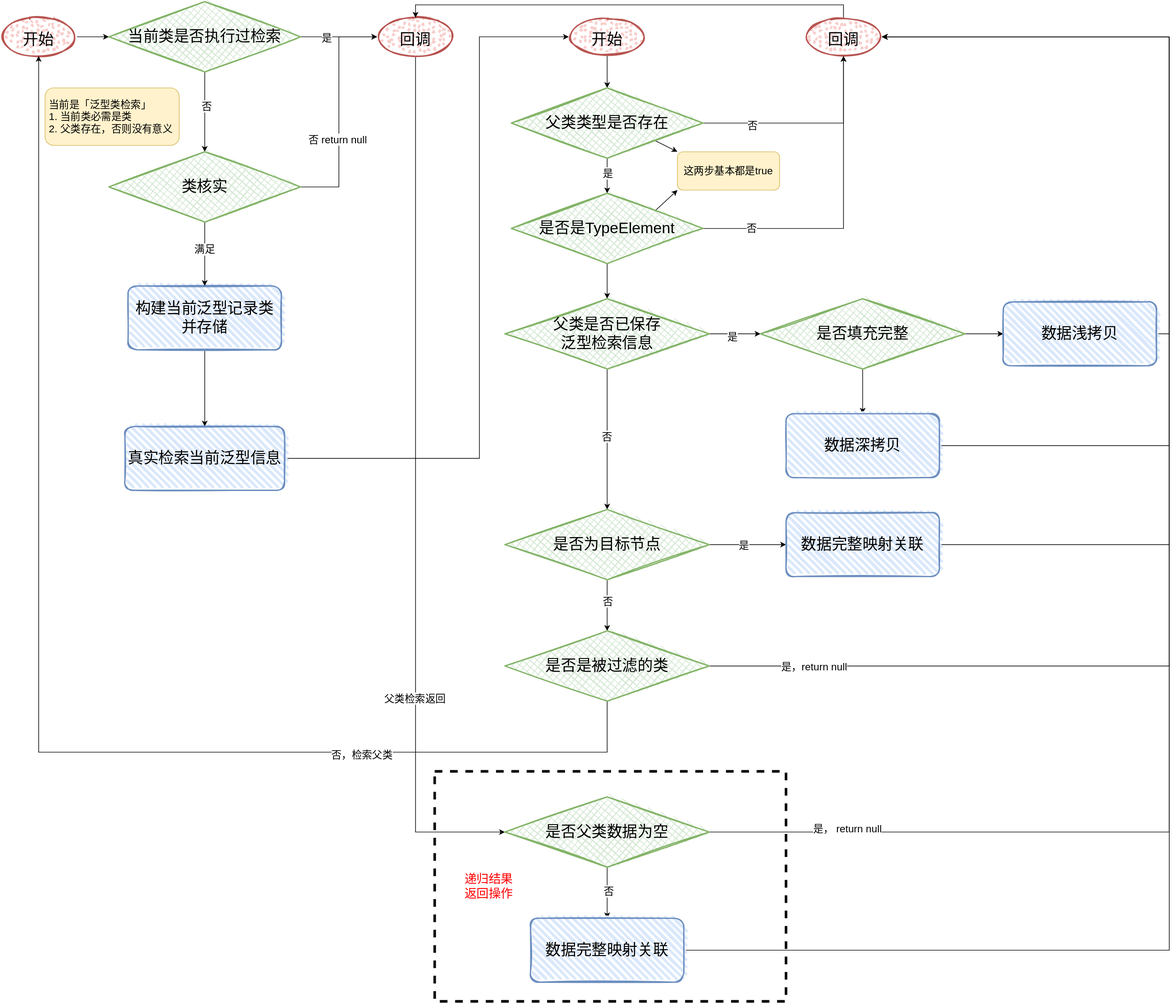
This is resource/ClassGenericsRetrieval.svg from Sheedon/CompilationTool, a draw.io export, as it was before one commit. Source tidied: cells renumbered, new cells last; positions are measured from the earlier drawing's top-left corner, leaving out a move shared by most shapes.
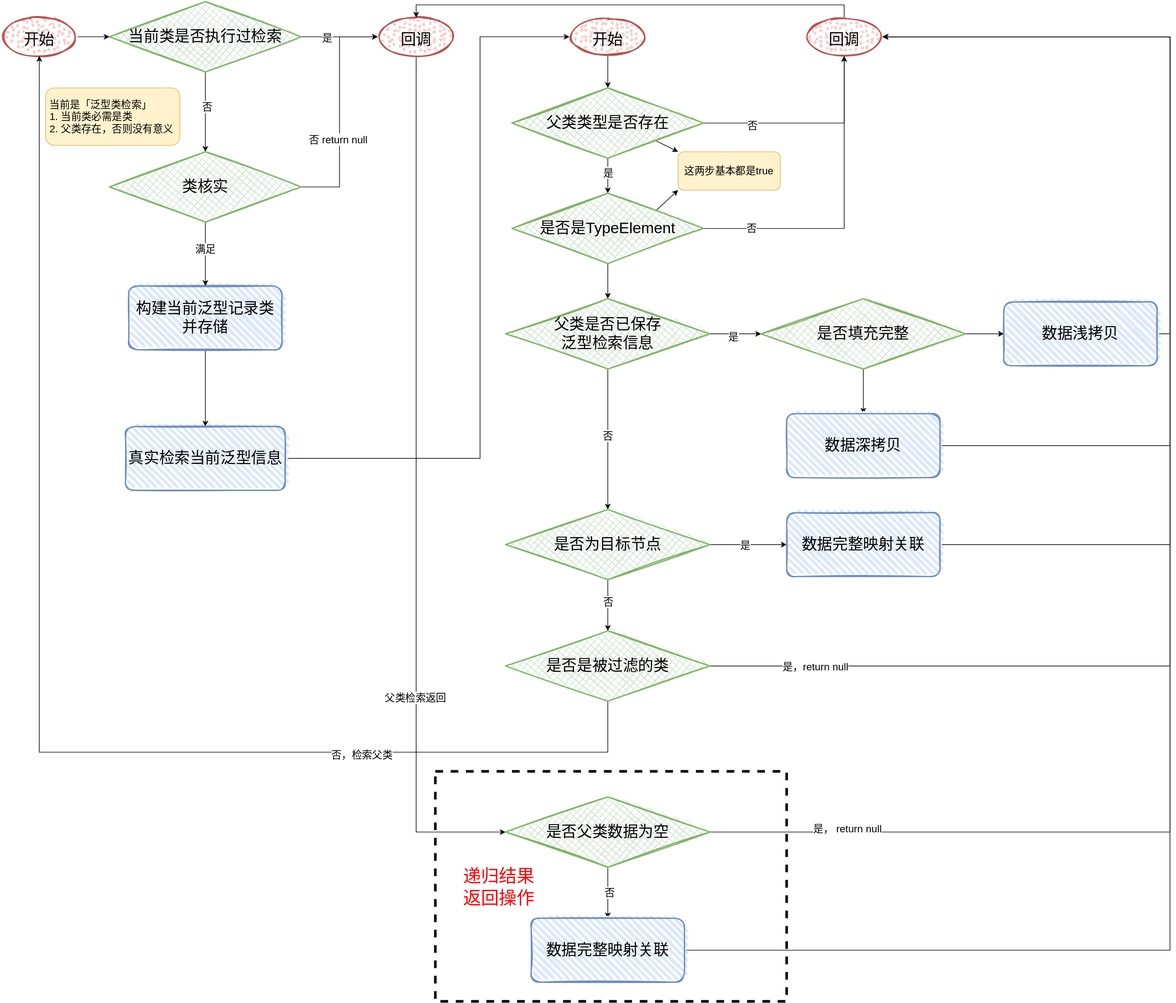
After the commit.

What changed in the source:
```diff
@@ -263,8 +263,8 @@
     <mxCell id="69" value="数据完整映射关联" style="rounded=1;whiteSpace=wrap;html=1;strokeWidth=2;fillWeight=4;hachureGap=8;hachureAngle=45;fillColor=#dae8fc;sketch=1;fontSize=24;strokeColor=#6c8ebf;" parent="1" vertex="1">
       <mxGeometry x="830" y="1435" width="240" height="100" as="geometry" />
     </mxCell>
-    <mxCell id="70" value="&lt;font style=&quot;font-size: 19px&quot;&gt;递归结果返回操作&lt;/font&gt;" style="text;html=1;strokeColor=none;fillColor=none;align=center;verticalAlign=middle;whiteSpace=wrap;rounded=0;dashed=1;fontColor=#FF0000;" parent="1" vertex="1">
-      <mxGeometry x="720" y="1365" width="90" height="40" as="geometry" />
+    <mxCell id="70" value="&lt;font style=&quot;font-size: 28px&quot;&gt;递归结果返回操作&lt;/font&gt;" style="text;html=1;strokeColor=none;fillColor=none;align=center;verticalAlign=middle;whiteSpace=wrap;rounded=0;dashed=1;fontColor=#FF0000;" parent="1" vertex="1">
+      <mxGeometry x="710" y="1361" width="140" height="50" as="geometry" />
     </mxCell>
   </root>
 </mxGraphModel>
```
